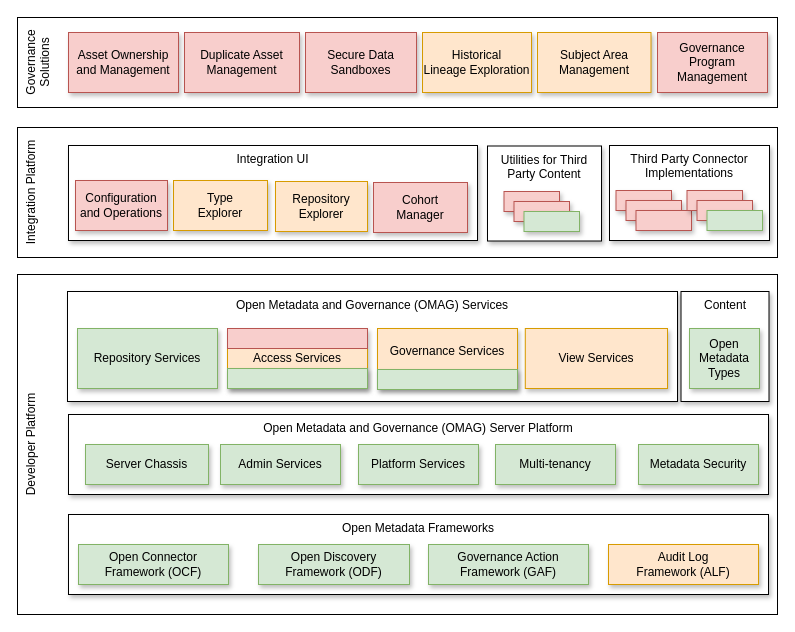
Earlier version of the draw.io diagram page "release-1-5" (5 of 5) of open-metadata-publication/website/roadmap/egeria-status.drawio (planetf1/egeria). Source tidied: cells renumbered, new cells numbered last; positions are measured from the earlier drawing's top-left corner, leaving out a move shared by most shapes. Both pictures are drawn from the tidied source at 100%, with x=0, y=0 at pixel (17, 17).
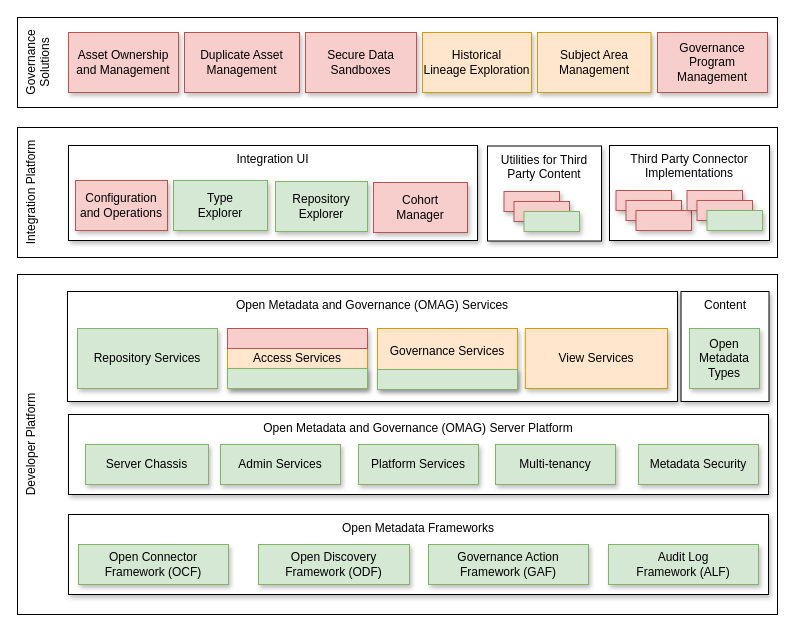
Above is the later version.

What changed in the source:
```diff
@@
-    <mxCell id="9" value="Audit Log&lt;br&gt;Framework (ALF)" style="rounded=0;whiteSpace=wrap;html=1;align=center;shadow=1;fillColor=#ffe6cc;strokeColor=#d79b00;" parent="1" vertex="1">
+    <mxCell id="9" value="Audit Log&lt;br&gt;Framework (ALF)" style="rounded=0;whiteSpace=wrap;html=1;align=center;shadow=1;fillColor=#d5e8d4;strokeColor=#82b366;" parent="1" vertex="1">
       <mxGeometry x="591" y="527" width="150" height="40" as="geometry" />
     </mxCell>
@@
-    <mxCell id="34" value="Repository&lt;br&gt;Explorer" style="rounded=0;whiteSpace=wrap;html=1;align=center;fillColor=#ffe6cc;strokeColor=#d79b00;shadow=1;" parent="1" vertex="1">
+    <mxCell id="34" value="Repository&lt;br&gt;Explorer" style="rounded=0;whiteSpace=wrap;html=1;align=center;fillColor=#d5e8d4;strokeColor=#82b366;shadow=1;" parent="1" vertex="1">
       <mxGeometry x="258" y="164" width="92" height="50" as="geometry" />
     </mxCell>
-    <mxCell id="35" value="Type&lt;br&gt;Explorer" style="rounded=0;whiteSpace=wrap;html=1;align=center;fillColor=#ffe6cc;strokeColor=#d79b00;shadow=1;" parent="1" vertex="1">
+    <mxCell id="35" value="Type&lt;br&gt;Explorer" style="rounded=0;whiteSpace=wrap;html=1;align=center;fillColor=#d5e8d4;strokeColor=#82b366;shadow=1;" parent="1" vertex="1">
       <mxGeometry x="156" y="163" width="94" height="50" as="geometry" />
     </mxCell>
```
